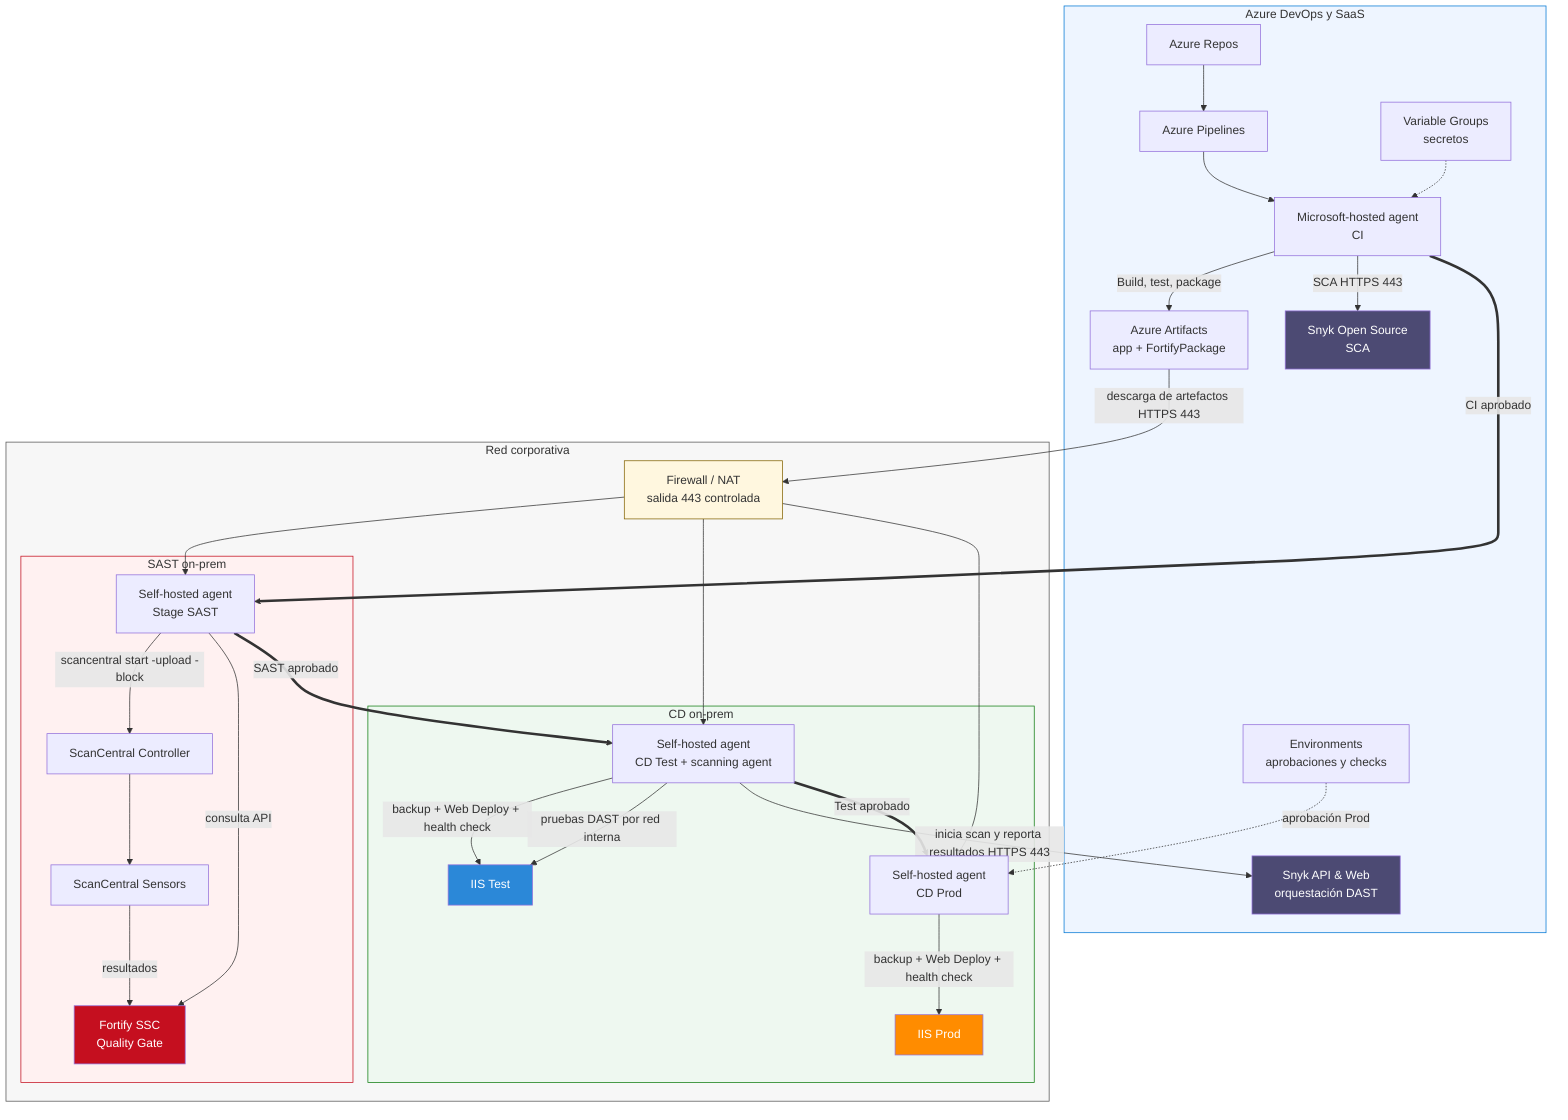
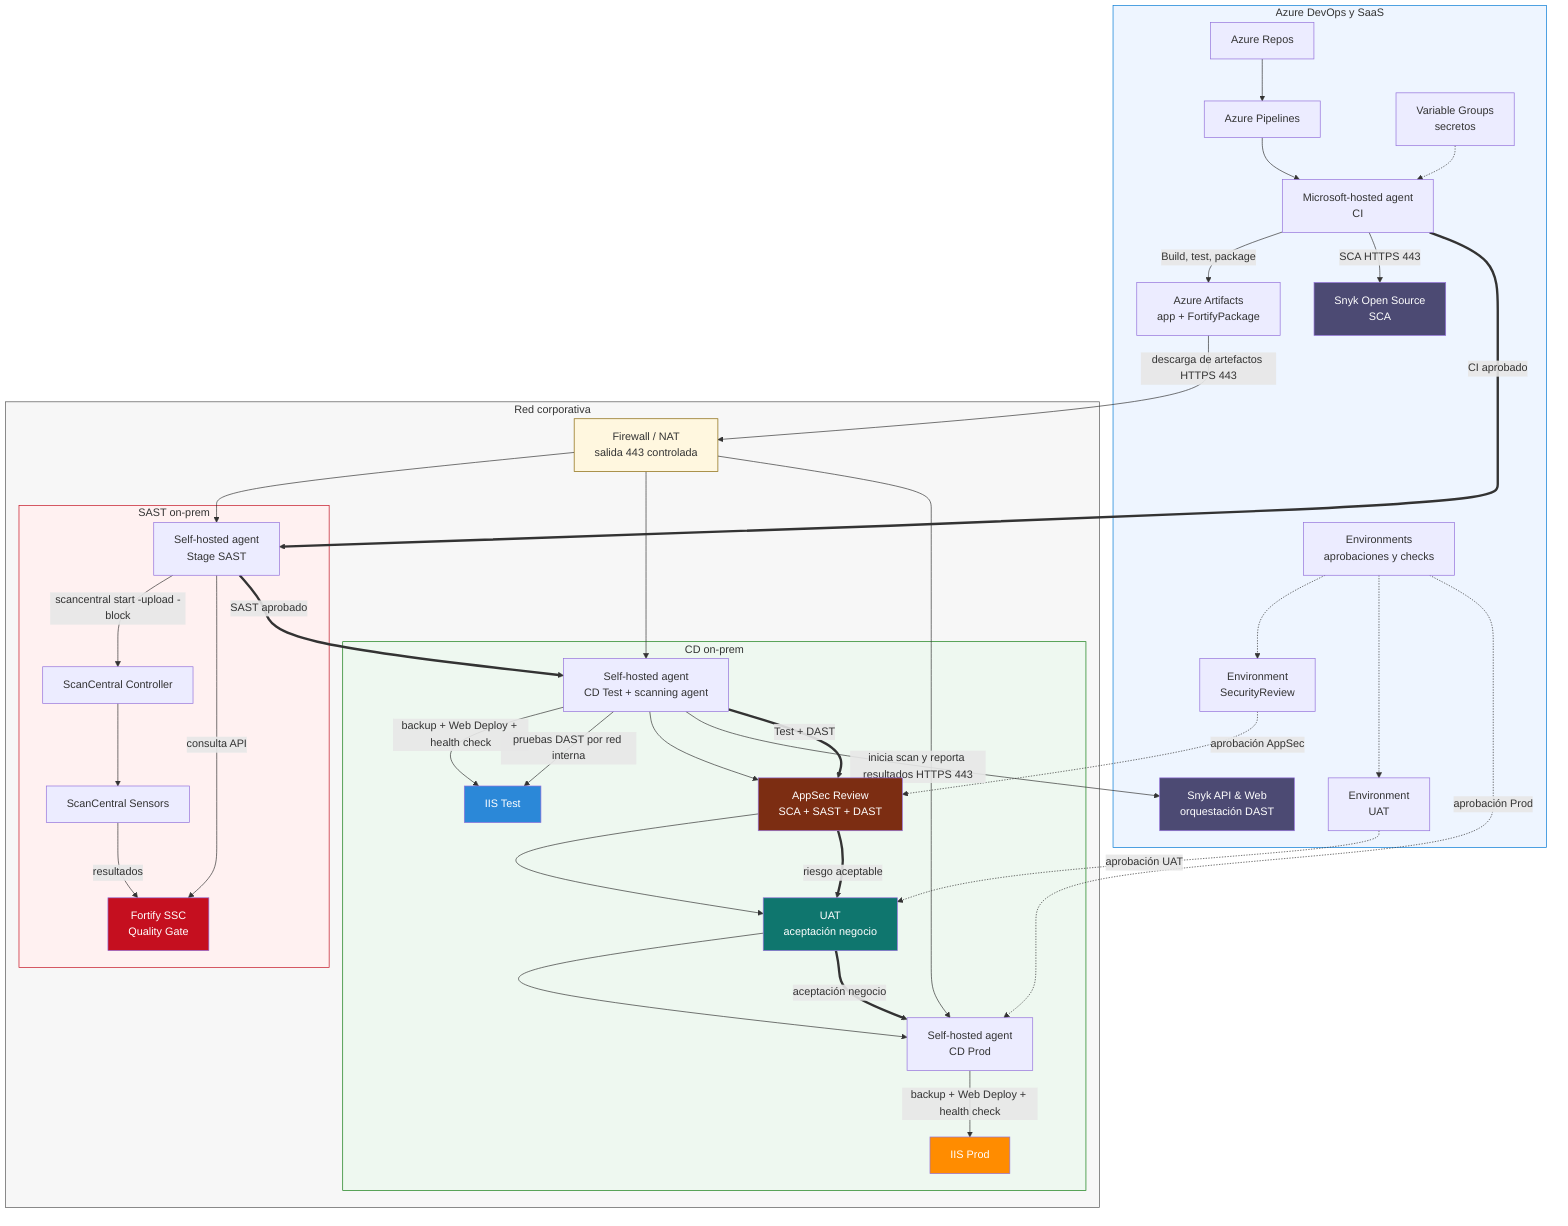
graph TD
    subgraph CLOUD["Azure DevOps y SaaS"]
        REPO["Azure Repos"]
        PIPE["Azure Pipelines"]
        ART["Azure Artifacts<br/>app + FortifyPackage"]
        ENV["Environments<br/>aprobaciones y checks"]
        LIB["Variable Groups<br/>secretos"]
        CI["Microsoft-hosted agent<br/>CI"]
        SNYK["Snyk Open Source<br/>SCA"]
        DAST["Snyk API & Web<br/>orquestación DAST"]
+         APPSEC_ENV["Environment<br/>SecurityReview"]
+         UAT_ENV["Environment<br/>UAT"]

        REPO --> PIPE
        PIPE --> CI
        LIB -.-> CI
        CI -->|"Build, test, package"| ART
        CI -->|"SCA HTTPS 443"| SNYK
    end

    subgraph ONPREM["Red corporativa"]
        FW["Firewall / NAT<br/>salida 443 controlada"]

        subgraph SAST_ZONE["SAST on-prem"]
            SAST["Self-hosted agent<br/>Stage SAST"]
            SC["ScanCentral Controller"]
            SENSOR["ScanCentral Sensors"]
            SSC["Fortify SSC<br/>Quality Gate"]

            SAST -->|"scancentral start -upload -block"| SC
            SC --> SENSOR
            SENSOR -->|"resultados"| SSC
            SAST -->|"consulta API"| SSC
        end

        subgraph CD_ZONE["CD on-prem"]
            CD_TEST["Self-hosted agent<br/>CD Test + scanning agent"]
            CD_PROD["Self-hosted agent<br/>CD Prod"]
+             APPSEC["AppSec Review<br/>SCA + SAST + DAST"]
+             UAT["UAT<br/>aceptación negocio"]
            IIS_TEST["IIS Test"]
            IIS_PROD["IIS Prod"]

            CD_TEST -->|"backup + Web Deploy + health check"| IIS_TEST
            CD_TEST -->|"pruebas DAST por red interna"| IIS_TEST
+             CD_TEST --> APPSEC
+             APPSEC --> UAT
+             UAT --> CD_PROD
            CD_PROD -->|"backup + Web Deploy + health check"| IIS_PROD
        end
    end

    ART -->|"descarga de artefactos HTTPS 443"| FW
    FW --> SAST
    FW --> CD_TEST
    FW --> CD_PROD
    CD_TEST -->|"inicia scan y reporta resultados HTTPS 443"| DAST
+     ENV -.-> APPSEC_ENV
+     ENV -.-> UAT_ENV
+     APPSEC_ENV -.->|"aprobación AppSec"| APPSEC
+     UAT_ENV -.->|"aprobación UAT"| UAT
    ENV -.->|"aprobación Prod"| CD_PROD

    CI ==>|"CI aprobado"| SAST
    SAST ==>|"SAST aprobado"| CD_TEST
-     CD_TEST ==>|"Test aprobado"| CD_PROD
+     CD_TEST ==>|"Test + DAST"| APPSEC
+     APPSEC ==>|"riesgo aceptable"| UAT
+     UAT ==>|"aceptación negocio"| CD_PROD

    style CLOUD fill:#eef5ff,stroke:#0078d4
    style ONPREM fill:#f7f7f7,stroke:#555
    style SAST_ZONE fill:#fff1f1,stroke:#c50f1f
    style CD_ZONE fill:#eef8f0,stroke:#107c10
    style FW fill:#fff7df,stroke:#856404
    style SNYK fill:#4c4a73,color:#fff
    style DAST fill:#4c4a73,color:#fff
    style SSC fill:#c50f1f,color:#fff
    style IIS_TEST fill:#2b88d8,color:#fff
    style IIS_PROD fill:#ff8c00,color:#fff
+     style APPSEC fill:#7c2d12,color:#fff
+     style UAT fill:#0f766e,color:#fff
